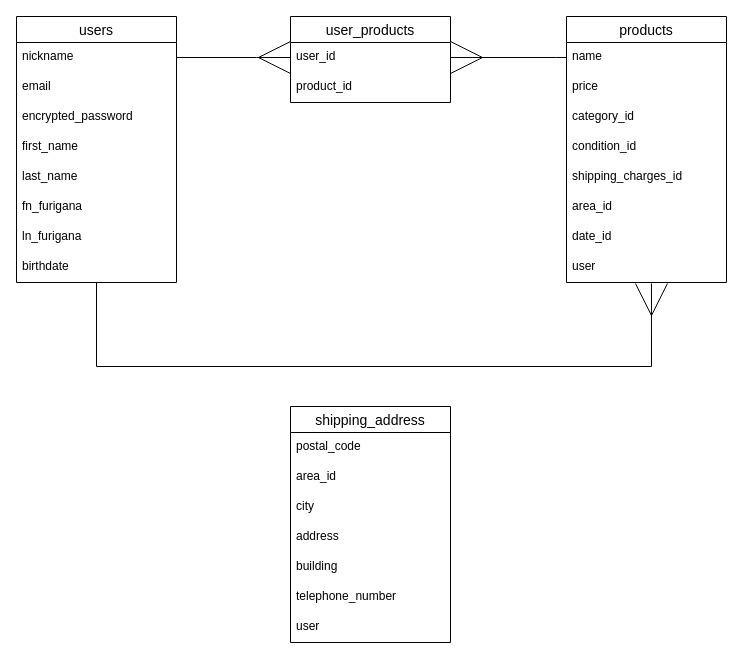
taiyakio/furima-36787 keeps this draw.io diagram as database.dio. Above is the earlier version. Source tidied: cells renumbered, new cells numbered last; positions are measured from the earlier drawing's top-left corner, leaving out a move shared by most shapes. Both pictures are drawn from the tidied source at 100%, with x=0, y=0 at pixel (16, 16).
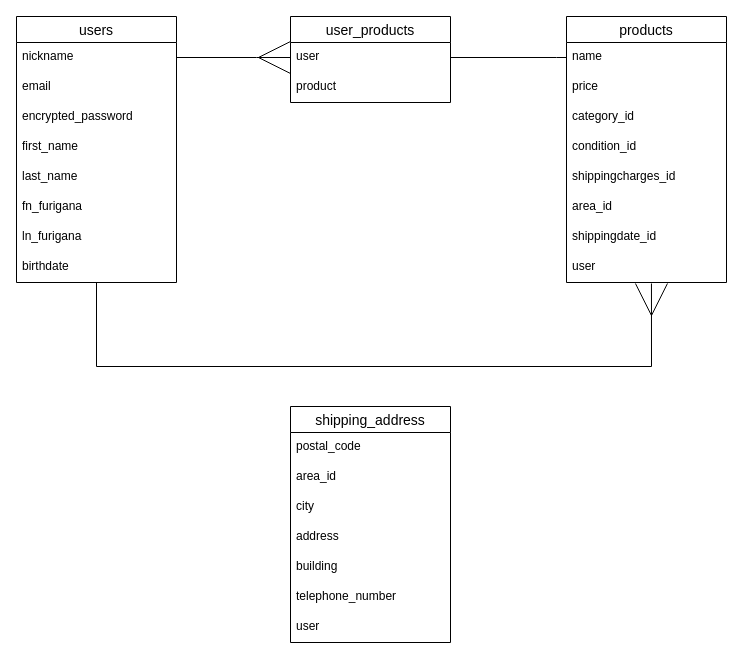
After the change.

Commit message (it also covers changes not shown here):
READMEとRE図の修正3

The change refers to these unchanged cells:
```xml
<mxCell id="21" value="products" style="swimlane;fontStyle=0;horizontal=1;startSize=26;align=center;fontSize=14;" parent="1" vertex="1">
  <mxGeometry x="550" width="160" height="266" as="geometry" />
</mxCell>
<mxCell id="22" value="name" style="text;strokeColor=none;fillColor=none;spacingLeft=4;spacingRight=4;overflow=hidden;points=[[0,0.5],[1,0.5]];portConstraint=eastwest;fontSize=12;" parent="21" vertex="1">
  <mxGeometry y="26" width="160" height="30" as="geometry" />
</mxCell>
<mxCell id="31" value="user_products" style="swimlane;fontStyle=0;horizontal=1;startSize=26;align=center;fontSize=14;" parent="1" vertex="1">
  <mxGeometry x="274" width="160" height="86" as="geometry" />
</mxCell>
```

The edit, as a diff of the source:
```diff
@@
-    <mxCell id="26" value="shipping_charges_id" style="text;strokeColor=none;fillColor=none;spacingLeft=4;spacingRight=4;overflow=hidden;fontSize=12;" parent="21" vertex="1">
+    <mxCell id="26" value="shippingcharges_id" style="text;strokeColor=none;fillColor=none;spacingLeft=4;spacingRight=4;overflow=hidden;fontSize=12;" parent="21" vertex="1">
       <mxGeometry y="146" width="160" height="30" as="geometry" />
     </mxCell>
@@
-    <mxCell id="28" value="date_id" style="text;strokeColor=none;fillColor=none;spacingLeft=4;spacingRight=4;overflow=hidden;fontSize=12;" parent="21" vertex="1">
+    <mxCell id="28" value="shippingdate_id" style="text;strokeColor=none;fillColor=none;spacingLeft=4;spacingRight=4;overflow=hidden;fontSize=12;" parent="21" vertex="1">
       <mxGeometry y="206" width="160" height="30" as="geometry" />
     </mxCell>
@@
-    <mxCell id="30" style="edgeStyle=orthogonalEdgeStyle;rounded=0;jettySize=auto;html=1;startArrow=ERmany;startFill=0;endArrow=none;endFill=0;startSize=30;endSize=30;sourcePerimeterSpacing=0;strokeWidth=1;entryX=0;entryY=0.5;entryDx=0;entryDy=0;" parent="1" edge="1" source="31" target="22">
+    <mxCell id="30" style="edgeStyle=orthogonalEdgeStyle;rounded=0;jettySize=auto;html=1;startArrow=none;startFill=0;endArrow=none;endFill=0;startSize=30;endSize=30;sourcePerimeterSpacing=0;strokeWidth=1;entryX=0;entryY=0.5;entryDx=0;entryDy=0;" parent="1" edge="1" source="31" target="22">
       <mxGeometry relative="1" as="geometry">
         <Array as="points">
           <mxPoint x="540" y="41" />
           <mxPoint x="540" y="41" />
         </Array>
       </mxGeometry>
     </mxCell>
@@
-    <mxCell id="32" value="user_id" style="text;strokeColor=none;fillColor=none;spacingLeft=4;spacingRight=4;overflow=hidden;points=[[0,0.5],[1,0.5]];portConstraint=eastwest;fontSize=12;" parent="31" vertex="1">
+    <mxCell id="32" value="user" style="text;strokeColor=none;fillColor=none;spacingLeft=4;spacingRight=4;overflow=hidden;points=[[0,0.5],[1,0.5]];portConstraint=eastwest;fontSize=12;" parent="31" vertex="1">
       <mxGeometry y="26" width="160" height="30" as="geometry" />
     </mxCell>
-    <mxCell id="33" value="product_id" style="text;strokeColor=none;fillColor=none;spacingLeft=4;spacingRight=4;overflow=hidden;fontSize=12;" parent="31" vertex="1">
+    <mxCell id="33" value="product" style="text;strokeColor=none;fillColor=none;spacingLeft=4;spacingRight=4;overflow=hidden;fontSize=12;" parent="31" vertex="1">
       <mxGeometry y="56" width="160" height="30" as="geometry" />
     </mxCell>
```
